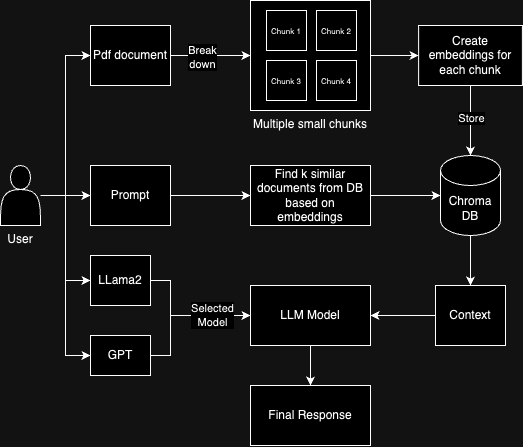
This is image/README/HLD.png from Anirudh1905/Databot, a draw.io export, as it was before one commit. Source tidied: cells renumbered, new cells last; positions are measured from the earlier drawing's top-left corner, leaving out a move shared by most shapes. Source of this version:
```xml
<mxGraphModel>
  <root>
    <mxCell id="0" />
    <mxCell id="1" parent="0" />
    <mxCell id="2" style="edgeStyle=orthogonalEdgeStyle;rounded=0;jettySize=auto;html=1;" parent="1" edge="1" source="4" target="8">
      <mxGeometry relative="1" as="geometry" />
    </mxCell>
    <mxCell id="3" value="Break&lt;div&gt;down&lt;/div&gt;" style="edgeLabel;html=1;align=center;verticalAlign=middle;" parent="2" vertex="1">
      <mxGeometry x="-0.21" y="-2" relative="1" as="geometry" />
    </mxCell>
    <mxCell id="4" value="Pdf document" style="rounded=0;whiteSpace=wrap;html=1;" parent="1" vertex="1">
      <mxGeometry x="90" y="25" width="80" height="60" as="geometry" />
    </mxCell>
    <mxCell id="5" style="edgeStyle=orthogonalEdgeStyle;rounded=0;jettySize=auto;html=1;" parent="1" edge="1" source="6" target="23">
      <mxGeometry relative="1" as="geometry" />
    </mxCell>
    <mxCell id="6" value="Chroma DB" style="shape=cylinder3;whiteSpace=wrap;html=1;boundedLbl=1;backgroundOutline=1;size=15;" parent="1" vertex="1">
      <mxGeometry x="440" y="155" width="60" height="80" as="geometry" />
    </mxCell>
    <mxCell id="7" style="group;" parent="1" vertex="1">
      <mxGeometry x="250" width="120" height="110" as="geometry" />
    </mxCell>
    <mxCell id="8" value="Multiple small chunks" style="rounded=0;whiteSpace=wrap;html=1;labelPosition=center;verticalLabelPosition=bottom;align=center;verticalAlign=top;" parent="7" vertex="1">
      <mxGeometry width="120" height="110" as="geometry" />
    </mxCell>
    <mxCell id="9" style="group;" parent="7" vertex="1">
      <mxGeometry x="16" y="10" width="90" height="90" as="geometry" />
    </mxCell>
    <mxCell id="10" value="&lt;font style=&quot;font-size: 8px;&quot;&gt;Chunk 1&lt;/font&gt;" style="whiteSpace=wrap;html=1;" parent="9" vertex="1">
      <mxGeometry width="40" height="40" as="geometry" />
    </mxCell>
    <mxCell id="11" value="&lt;span style=&quot;font-size: 8px;&quot;&gt;Chunk 3&lt;/span&gt;" style="whiteSpace=wrap;html=1;" parent="9" vertex="1">
      <mxGeometry y="50" width="40" height="40" as="geometry" />
    </mxCell>
    <mxCell id="12" value="&lt;span style=&quot;font-size: 8px;&quot;&gt;Chunk 4&lt;/span&gt;" style="whiteSpace=wrap;html=1;" parent="9" vertex="1">
      <mxGeometry x="50" y="50" width="40" height="40" as="geometry" />
    </mxCell>
    <mxCell id="13" value="&lt;span style=&quot;font-size: 8px;&quot;&gt;Chunk 2&lt;/span&gt;" style="whiteSpace=wrap;html=1;" parent="9" vertex="1">
      <mxGeometry x="50" width="40" height="40" as="geometry" />
    </mxCell>
    <mxCell id="14" style="edgeStyle=orthogonalEdgeStyle;rounded=0;jettySize=auto;html=1;" parent="1" edge="1" source="15" target="16">
      <mxGeometry relative="1" as="geometry" />
    </mxCell>
    <mxCell id="15" value="Prompt" style="rounded=0;whiteSpace=wrap;html=1;" parent="1" vertex="1">
      <mxGeometry x="90" y="165" width="80" height="60" as="geometry" />
    </mxCell>
    <mxCell id="16" value="Find k similar documents from DB based on embeddings" style="rounded=0;whiteSpace=wrap;html=1;" parent="1" vertex="1">
      <mxGeometry x="250" y="165" width="120" height="60" as="geometry" />
    </mxCell>
    <mxCell id="17" style="edgeStyle=orthogonalEdgeStyle;rounded=0;jettySize=auto;html=1;" parent="1" edge="1" source="18" target="32">
      <mxGeometry relative="1" as="geometry">
        <Array as="points">
          <mxPoint x="170" y="355" />
          <mxPoint x="170" y="315" />
        </Array>
      </mxGeometry>
    </mxCell>
    <mxCell id="18" value="GPT" style="rounded=0;whiteSpace=wrap;html=1;" parent="1" vertex="1">
      <mxGeometry x="90" y="335" width="60" height="40" as="geometry" />
    </mxCell>
    <mxCell id="19" style="edgeStyle=orthogonalEdgeStyle;rounded=0;jettySize=auto;html=1;" parent="1" edge="1" source="21" target="32">
      <mxGeometry relative="1" as="geometry">
        <Array as="points">
          <mxPoint x="170" y="280" />
          <mxPoint x="170" y="315" />
        </Array>
      </mxGeometry>
    </mxCell>
    <mxCell id="20" value="Selected&lt;div&gt;Model&lt;/div&gt;" style="edgeLabel;html=1;align=center;verticalAlign=middle;" parent="19" vertex="1">
      <mxGeometry x="0.65" y="-1" relative="1" as="geometry">
        <mxPoint x="-15" y="-1" as="offset" />
      </mxGeometry>
    </mxCell>
    <mxCell id="21" value="LLama2" style="rounded=0;whiteSpace=wrap;html=1;" parent="1" vertex="1">
      <mxGeometry x="90" y="255" width="60" height="50" as="geometry" />
    </mxCell>
    <mxCell id="22" style="edgeStyle=orthogonalEdgeStyle;rounded=0;jettySize=auto;html=1;" parent="1" edge="1" source="23" target="32">
      <mxGeometry relative="1" as="geometry" />
    </mxCell>
    <mxCell id="23" value="Context" style="rounded=0;whiteSpace=wrap;html=1;" parent="1" vertex="1">
      <mxGeometry x="435" y="285" width="70" height="60" as="geometry" />
    </mxCell>
    <mxCell id="24" value="Final Response" style="rounded=0;whiteSpace=wrap;html=1;" parent="1" vertex="1">
      <mxGeometry x="250" y="385" width="120" height="60" as="geometry" />
    </mxCell>
    <mxCell id="25" style="edgeStyle=orthogonalEdgeStyle;rounded=0;jettySize=auto;html=1;" parent="1" edge="1" source="29" target="15">
      <mxGeometry relative="1" as="geometry" />
    </mxCell>
    <mxCell id="26" style="edgeStyle=orthogonalEdgeStyle;rounded=0;jettySize=auto;html=1;entryX=0;entryY=0.5;entryDx=0;entryDy=0;" parent="1" edge="1" source="29" target="4">
      <mxGeometry relative="1" as="geometry" />
    </mxCell>
    <mxCell id="27" style="edgeStyle=orthogonalEdgeStyle;rounded=0;jettySize=auto;html=1;entryX=0;entryY=0.5;entryDx=0;entryDy=0;" parent="1" edge="1" source="29" target="21">
      <mxGeometry relative="1" as="geometry" />
    </mxCell>
    <mxCell id="28" style="edgeStyle=orthogonalEdgeStyle;rounded=0;jettySize=auto;html=1;entryX=0;entryY=0.5;entryDx=0;entryDy=0;" parent="1" edge="1" source="29" target="18">
      <mxGeometry relative="1" as="geometry" />
    </mxCell>
    <mxCell id="29" value="User" style="shape=actor;whiteSpace=wrap;html=1;labelPosition=center;verticalLabelPosition=bottom;align=center;verticalAlign=top;" parent="1" vertex="1">
      <mxGeometry y="165" width="40" height="60" as="geometry" />
    </mxCell>
    <mxCell id="30" style="edgeStyle=orthogonalEdgeStyle;rounded=0;jettySize=auto;html=1;entryX=0;entryY=0.5;entryDx=0;entryDy=0;entryPerimeter=0;" parent="1" edge="1" source="16" target="6">
      <mxGeometry relative="1" as="geometry" />
    </mxCell>
    <mxCell id="31" style="edgeStyle=orthogonalEdgeStyle;rounded=0;jettySize=auto;html=1;" parent="1" edge="1" source="32" target="24">
      <mxGeometry relative="1" as="geometry" />
    </mxCell>
    <mxCell id="32" value="LLM Model" style="rounded=0;whiteSpace=wrap;html=1;" parent="1" vertex="1">
      <mxGeometry x="250" y="285" width="120" height="60" as="geometry" />
    </mxCell>
    <mxCell id="33" style="edgeStyle=orthogonalEdgeStyle;rounded=0;jettySize=auto;html=1;" parent="1" edge="1" source="35" target="6">
      <mxGeometry relative="1" as="geometry" />
    </mxCell>
    <mxCell id="34" value="Store" style="edgeLabel;html=1;align=center;verticalAlign=middle;" parent="33" vertex="1">
      <mxGeometry x="-0.08" y="1" relative="1" as="geometry" />
    </mxCell>
    <mxCell id="35" value="Create embeddings for each chunk" style="rounded=0;whiteSpace=wrap;html=1;" parent="1" vertex="1">
      <mxGeometry x="418.1" y="25" width="103.8" height="60" as="geometry" />
    </mxCell>
    <mxCell id="36" style="edgeStyle=orthogonalEdgeStyle;rounded=0;jettySize=auto;html=1;" parent="1" edge="1" source="8" target="35">
      <mxGeometry relative="1" as="geometry" />
    </mxCell>
  </root>
</mxGraphModel>
```
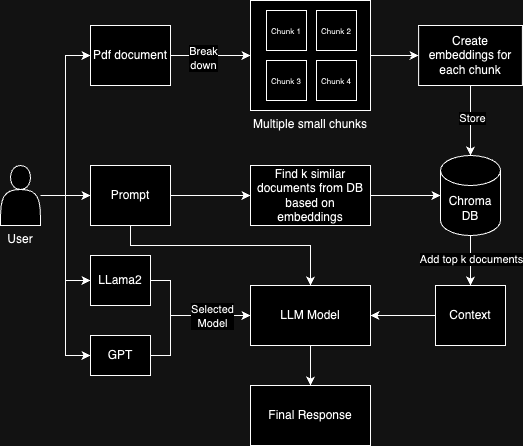
Later version of the same file.

What changed in the source:
```diff
@@ -14,6 +14,9 @@
     <mxCell id="5" style="edgeStyle=orthogonalEdgeStyle;rounded=0;jettySize=auto;html=1;" parent="1" edge="1" source="6" target="23">
       <mxGeometry relative="1" as="geometry" />
     </mxCell>
+    <mxCell id="37" value="Add top k documents" style="edgeLabel;html=1;align=center;verticalAlign=middle;" parent="5" vertex="1">
+      <mxGeometry x="-0.08" relative="1" as="geometry" />
+    </mxCell>
     <mxCell id="6" value="Chroma DB" style="shape=cylinder3;whiteSpace=wrap;html=1;boundedLbl=1;backgroundOutline=1;size=15;" parent="1" vertex="1">
       <mxGeometry x="440" y="155" width="60" height="80" as="geometry" />
     </mxCell>
@@ -41,6 +44,14 @@
     <mxCell id="14" style="edgeStyle=orthogonalEdgeStyle;rounded=0;jettySize=auto;html=1;" parent="1" edge="1" source="15" target="16">
       <mxGeometry relative="1" as="geometry" />
     </mxCell>
+    <mxCell id="38" style="edgeStyle=orthogonalEdgeStyle;rounded=0;jettySize=auto;html=1;entryX=0.5;entryY=0;entryDx=0;entryDy=0;" parent="1" edge="1" source="15" target="32">
+      <mxGeometry relative="1" as="geometry">
+        <Array as="points">
+          <mxPoint x="130" y="245" />
+          <mxPoint x="310" y="245" />
+        </Array>
+      </mxGeometry>
+    </mxCell>
     <mxCell id="15" value="Prompt" style="rounded=0;whiteSpace=wrap;html=1;" parent="1" vertex="1">
       <mxGeometry x="90" y="165" width="80" height="60" as="geometry" />
     </mxCell>
```
